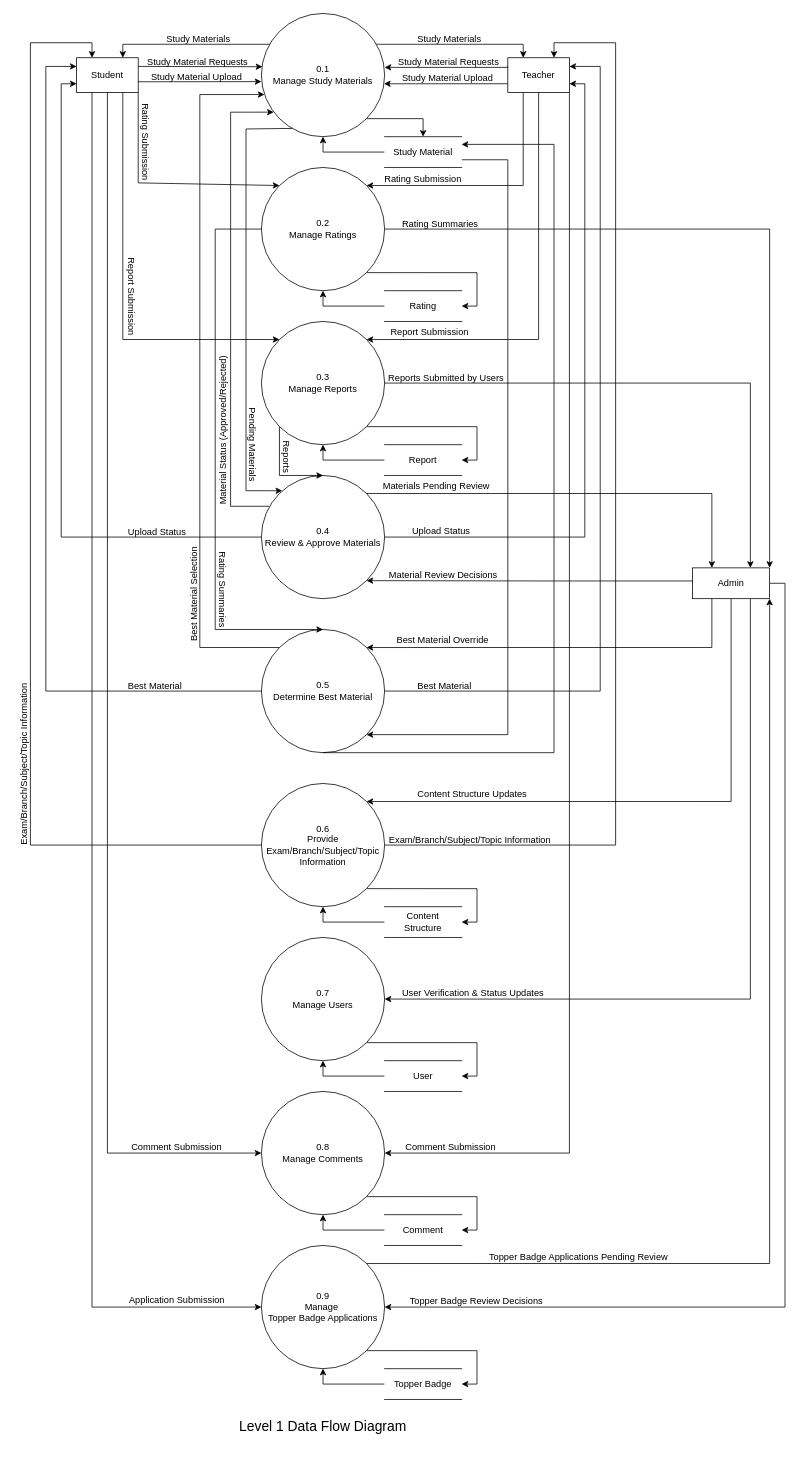
The draw.io diagram page "Level-1 DFD" (4 of 7) of docs/system-diagrams.drawio in SayanMondal-1643/PeerPrep, before the edit. Source tidied: cells renumbered, new cells numbered last; positions are measured from the earlier drawing's top-left corner, leaving out a move shared by most shapes. Both pictures are drawn from the tidied source at 77%, with x=0, y=0 at pixel (-64, 13).
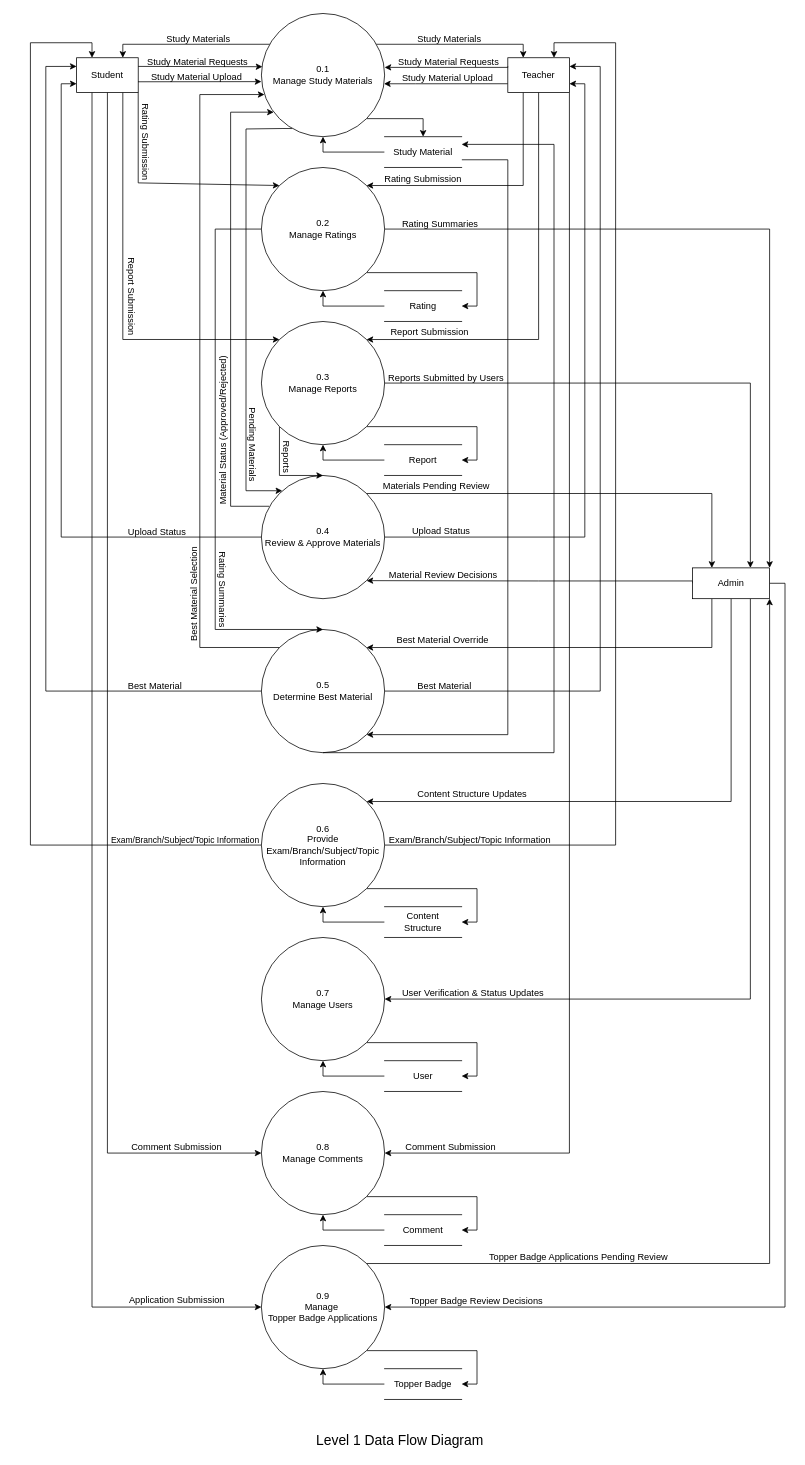
The same page after the edit.

Change to the diagram source:
```diff
@@
-    <mxCell id="62" value="Exam/Branch/Subject/Topic Information" style="text;whiteSpace=wrap;html=1;rotation=-90;" parent="1" vertex="1">
-      <mxGeometry y="962" width="220" height="20" as="geometry" />
+    <mxCell id="62" value="&lt;font style=&quot;font-size: 11px;&quot;&gt;Exam/Branch/Subject/Topic Information&lt;/font&gt;" style="text;whiteSpace=wrap;html=1;rotation=0;" parent="1" vertex="1">
+      <mxGeometry x="225" y="1060" width="220" height="20" as="geometry" />
     </mxCell>
@@
     <mxCell id="103" value="&lt;font style=&quot;font-size: 18px;&quot;&gt;Level 1 Data Flow Diagram&lt;/font&gt;" style="text;html=1;whiteSpace=wrap;strokeColor=none;fillColor=none;align=center;verticalAlign=middle;rounded=0;" parent="1" vertex="1">
-      <mxGeometry x="392" y="1820" width="220" height="30" as="geometry" />
+      <mxGeometry x="492" y="1838" width="220" height="30" as="geometry" />
     </mxCell>
```
